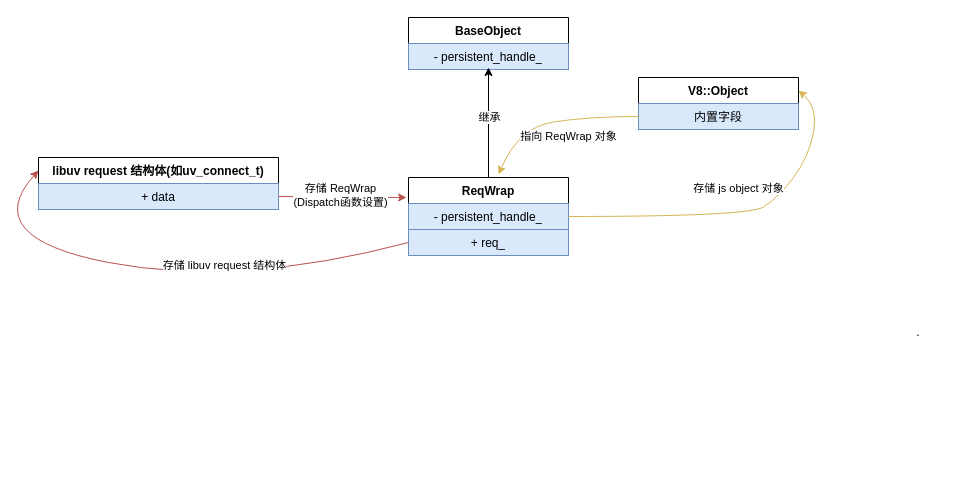
Above: node源码/流程图/Node.js中JS、C++层、libuv的交互/ReqWrap.drawio in sinkhaha/my-study-note (draw.io), before the change. Source tidied: cells renumbered, new cells numbered last; positions are measured from the earlier drawing's top-left corner, leaving out a move shared by most shapes. Both pictures are drawn from the tidied source at 100%, with x=0, y=0 at pixel (-22, 17).
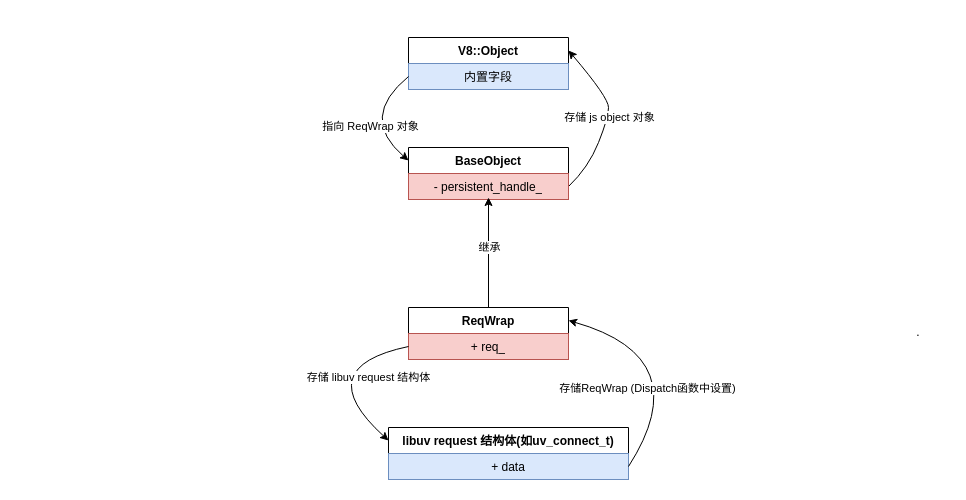
After the change.

The change refers to these unchanged cells:
```xml
<mxCell id="5" value="内置字段" style="text;strokeColor=#6c8ebf;fillColor=#dae8fc;align=center;verticalAlign=top;spacingLeft=4;spacingRight=4;overflow=hidden;points=[[0,0.5],[1,0.5]];portConstraint=eastwest;whiteSpace=wrap;html=1;" parent="4" vertex="1">
  <mxGeometry y="26" width="160" height="26" as="geometry" />
</mxCell>
```

What changed in the source:
```diff
@@
     <mxCell id="2" value="ReqWrap" style="swimlane;fontStyle=1;align=center;verticalAlign=top;horizontal=1;startSize=26;whiteSpace=wrap;html=1;" parent="1" vertex="1">
-      <mxGeometry x="430" y="160" width="160" height="52" as="geometry" />
+      <mxGeometry x="430" y="290" width="160" height="52" as="geometry" />
     </mxCell>
-    <mxCell id="3" value="-&amp;nbsp;persistent_handle_" style="text;strokeColor=#6c8ebf;fillColor=#dae8fc;align=center;verticalAlign=top;spacingLeft=4;spacingRight=4;overflow=hidden;points=[[0,0.5],[1,0.5]];portConstraint=eastwest;whiteSpace=wrap;html=1;" parent="2" vertex="1">
+    <mxCell id="3" value="+ req_" style="text;strokeColor=#b85450;fillColor=#f8cecc;align=center;verticalAlign=top;spacingLeft=4;spacingRight=4;overflow=hidden;points=[[0,0.5],[1,0.5]];portConstraint=eastwest;whiteSpace=wrap;html=1;" parent="2" vertex="1">
       <mxGeometry y="26" width="160" height="26" as="geometry" />
     </mxCell>
     <mxCell id="4" value="V8::Object" style="swimlane;fontStyle=1;align=center;verticalAlign=top;horizontal=1;startSize=26;whiteSpace=wrap;html=1;" parent="1" vertex="1">
-      <mxGeometry x="660" y="60" width="160" height="52" as="geometry" />
+      <mxGeometry x="430" y="20" width="160" height="52" as="geometry" />
     </mxCell>
@@
-    <mxCell id="6" style="curved=1;endArrow=classic;html=1;rounded=0;entryX=1;entryY=0.25;entryDx=0;entryDy=0;exitX=1;exitY=0.75;exitDx=0;exitDy=0;fillColor=#fff2cc;strokeColor=#d6b656;" parent="1" edge="1" source="2" target="4">
+    <mxCell id="6" style="curved=1;endArrow=classic;html=1;rounded=0;entryX=1;entryY=0.25;entryDx=0;entryDy=0;exitX=1;exitY=0.75;exitDx=0;exitDy=0;fillColor=#fff2cc;strokeColor=#000000;" parent="1" edge="1" source="11" target="4">
       <mxGeometry relative="1" as="geometry">
         <Array as="points">
-          <mxPoint x="770" y="199" />
-          <mxPoint x="800" y="180" />
-          <mxPoint x="830" y="140" />
-          <mxPoint x="840" y="90" />
+          <mxPoint x="610" y="150" />
+          <mxPoint x="630" y="100" />
+          <mxPoint x="630" y="80" />
         </Array>
       </mxGeometry>
     </mxCell>
     <mxCell id="7" value="存储 js object 对象" style="edgeLabel;html=1;align=center;verticalAlign=middle;" parent="6" vertex="1">
       <mxGeometry x="-0.42" y="1" relative="1" as="geometry">
-        <mxPoint x="70" y="-28" as="offset" />
+        <mxPoint x="14" y="-32" as="offset" />
       </mxGeometry>
     </mxCell>
-    <mxCell id="8" style="curved=1;endArrow=classic;html=1;rounded=0;exitX=0;exitY=0.5;exitDx=0;exitDy=0;entryX=0.563;entryY=-0.058;entryDx=0;entryDy=0;entryPerimeter=0;fillColor=#fff2cc;strokeColor=#d6b656;" parent="1" edge="1" source="5" target="2">
+    <mxCell id="8" style="curved=1;endArrow=classic;html=1;rounded=0;exitX=0;exitY=0.5;exitDx=0;exitDy=0;entryX=0;entryY=0.25;entryDx=0;entryDy=0;fillColor=#fff2cc;strokeColor=#000000;" parent="1" edge="1" source="5" target="11">
       <mxGeometry relative="1" as="geometry">
         <Array as="points">
-          <mxPoint x="610" y="99" />
-          <mxPoint x="540" y="110" />
+          <mxPoint x="380" y="100" />
         </Array>
       </mxGeometry>
     </mxCell>
@@
     <mxCell id="11" value="BaseObject" style="swimlane;fontStyle=1;align=center;verticalAlign=top;horizontal=1;startSize=26;whiteSpace=wrap;html=1;" parent="1" vertex="1">
-      <mxGeometry x="430" width="160" height="52" as="geometry" />
+      <mxGeometry x="430" y="130" width="160" height="52" as="geometry" />
     </mxCell>
-    <mxCell id="12" value="-&amp;nbsp;persistent_handle_" style="text;strokeColor=#6c8ebf;fillColor=#dae8fc;align=center;verticalAlign=top;spacingLeft=4;spacingRight=4;overflow=hidden;whiteSpace=wrap;html=1;" parent="11" vertex="1">
+    <mxCell id="12" value="-&amp;nbsp;persistent_handle_" style="text;strokeColor=#b85450;fillColor=#f8cecc;align=center;verticalAlign=top;spacingLeft=4;spacingRight=4;overflow=hidden;whiteSpace=wrap;html=1;" parent="11" vertex="1">
       <mxGeometry y="26" width="160" height="26" as="geometry" />
     </mxCell>
     <mxCell id="13" style="endArrow=classic;html=1;rounded=0;exitX=0.5;exitY=0;exitDx=0;exitDy=0;" parent="1" edge="1" source="2">
       <mxGeometry relative="1" as="geometry">
-        <mxPoint x="510" y="50" as="targetPoint" />
+        <mxPoint x="510" y="180" as="targetPoint" />
       </mxGeometry>
     </mxCell>
@@
-    <mxCell id="15" value="+ req_" style="text;strokeColor=#6c8ebf;fillColor=#dae8fc;align=center;verticalAlign=top;spacingLeft=4;spacingRight=4;overflow=hidden;points=[[0,0.5],[1,0.5]];portConstraint=eastwest;whiteSpace=wrap;html=1;" parent="1" vertex="1">
-      <mxGeometry x="430" y="212" width="160" height="26" as="geometry" />
-    </mxCell>
     <mxCell id="16" value="libuv request 结构体(如uv_connect_t)" style="swimlane;fontStyle=1;align=center;verticalAlign=top;horizontal=1;startSize=26;whiteSpace=wrap;html=1;" parent="1" vertex="1">
-      <mxGeometry x="60" y="140" width="240" height="52" as="geometry" />
+      <mxGeometry x="410" y="410" width="240" height="52" as="geometry" />
     </mxCell>
@@
-    <mxCell id="18" value="存储 libuv request 结构体" style="curved=1;endArrow=classic;html=1;rounded=0;exitX=0;exitY=0.5;exitDx=0;exitDy=0;entryX=0;entryY=0.25;entryDx=0;entryDy=0;fillColor=#f8cecc;strokeColor=#b85450;" parent="1" edge="1" source="15" target="16">
-      <mxGeometry x="-0.27" y="-19" relative="1" as="geometry">
+    <mxCell id="18" value="存储 libuv request 结构体" style="curved=1;endArrow=classic;html=1;rounded=0;exitX=0;exitY=0.5;exitDx=0;exitDy=0;entryX=0;entryY=0.25;entryDx=0;entryDy=0;fillColor=#f8cecc;strokeColor=#000000;" parent="1" edge="1" source="3" target="16">
+      <mxGeometry x="-0.57" y="22" relative="1" as="geometry">
         <Array as="points">
-          <mxPoint x="260" y="270" />
-          <mxPoint y="220" />
+          <mxPoint x="330" y="350" />
         </Array>
       </mxGeometry>
     </mxCell>
-    <mxCell id="19" style="endArrow=classic;html=1;rounded=0;entryX=-0.012;entryY=0.385;entryDx=0;entryDy=0;exitX=1;exitY=0.75;exitDx=0;exitDy=0;entryPerimeter=0;fillColor=#f8cecc;strokeColor=#b85450;" parent="1" edge="1" source="16" target="2">
-      <mxGeometry relative="1" as="geometry" />
+    <mxCell id="19" style="curved=1;endArrow=classic;html=1;rounded=0;entryX=1;entryY=0.25;entryDx=0;entryDy=0;exitX=1;exitY=0.75;exitDx=0;exitDy=0;strokeColor=#000000;" parent="1" edge="1" source="16" target="2">
+      <mxGeometry relative="1" as="geometry">
+        <Array as="points">
+          <mxPoint x="720" y="340" />
+        </Array>
+      </mxGeometry>
     </mxCell>
-    <mxCell id="20" value="存储 ReqWrap&lt;br&gt;(Dispatch函数设置)" style="edgeLabel;html=1;align=center;verticalAlign=middle;" parent="19" vertex="1">
-      <mxGeometry x="-0.05" y="2" relative="1" as="geometry" />
-    </mxCell>
+    <mxCell id="21" value="存储ReqWrap (Dispatch函数中设置)" style="edgeLabel;html=1;align=center;verticalAlign=middle;" parent="19" vertex="1">
+      <mxGeometry x="0.34" y="22" relative="1" as="geometry">
+        <mxPoint y="22" as="offset" />
+      </mxGeometry>
+    </mxCell>
```
